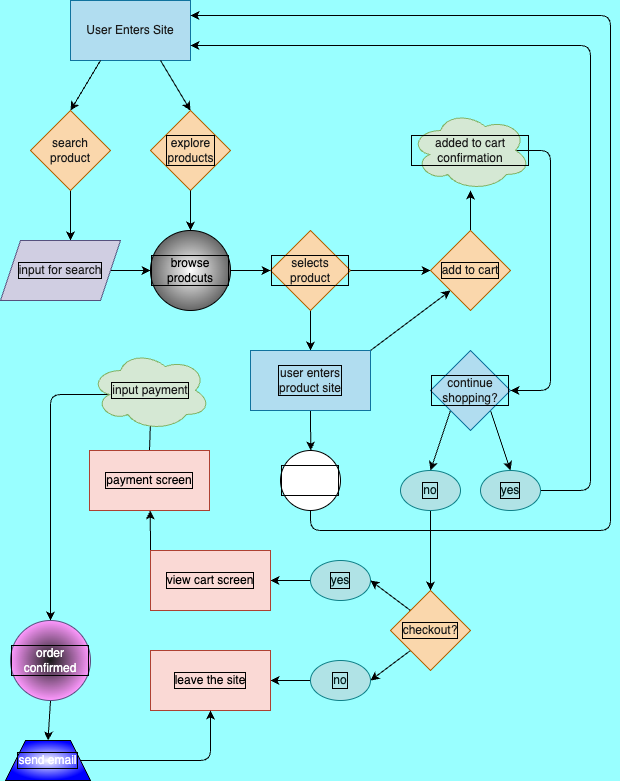
Before: explore/diagramming/diagram.drawio.png, a diagram exported from draw.io (NirvekPanda/sp24-cse110-lab4). Source tidied: cells renumbered, new cells last; positions are measured from the earlier drawing's top-left corner, leaving out a move shared by most shapes.
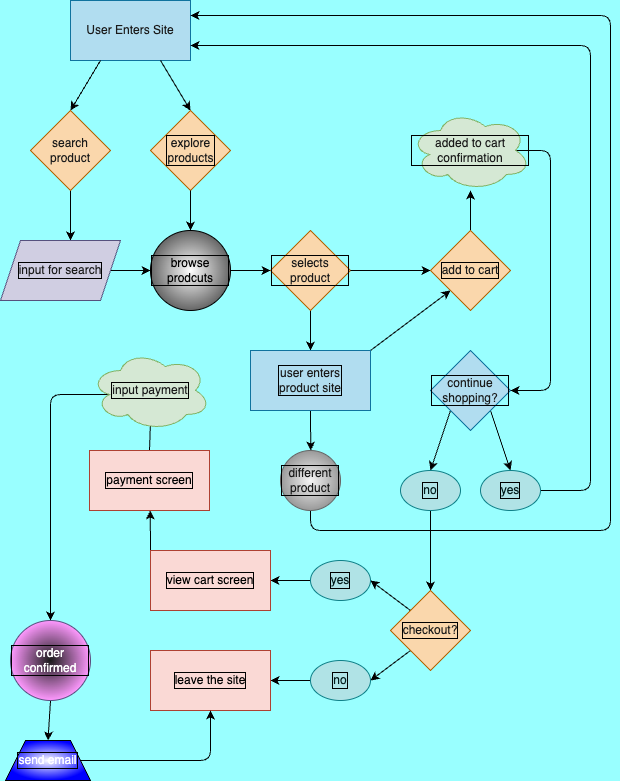
After the change.

What changed in the source:
```diff
@@ -101,7 +101,7 @@
         </Array>
       </mxGeometry>
     </mxCell>
-    <mxCell id="30" value="&lt;span style=&quot;&quot;&gt;&lt;font color=&quot;#ffffff&quot;&gt;different product&lt;/font&gt;&lt;/span&gt;" style="ellipse;whiteSpace=wrap;html=1;labelBackgroundColor=none;labelBorderColor=default;gradientDirection=radial;" parent="1" vertex="1">
+    <mxCell id="30" value="&lt;span style=&quot;&quot;&gt;&lt;font&gt;different product&lt;/font&gt;&lt;/span&gt;" style="ellipse;whiteSpace=wrap;html=1;labelBackgroundColor=none;labelBorderColor=default;gradientDirection=radial;gradientColor=#999999;fillColor=#f5f5f5;strokeColor=#666666;fontColor=#1A1A1A;" parent="1" vertex="1">
       <mxGeometry x="280" y="450" width="60" height="60" as="geometry" />
     </mxCell>
     <mxCell id="31" style="edgeStyle=none;html=1;exitX=0.875;exitY=0.5;exitDx=0;exitDy=0;exitPerimeter=0;fontColor=#FFFFFF;entryX=1;entryY=0.5;entryDx=0;entryDy=0;" parent="1" edge="1" source="32" target="24">
```
